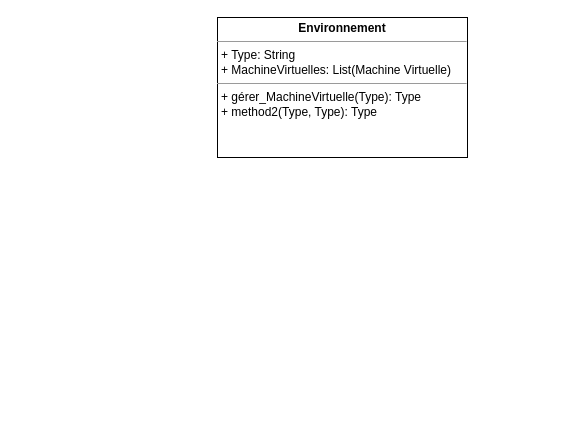
This is Diagramme sans nom.drawio from eya-harbaoui/Diagramms, a draw.io file, before an edit. Source tidied: cells renumbered, new cells numbered last; positions are measured from the earlier drawing's top-left corner, leaving out a move shared by most shapes. Both pictures are drawn from the tidied source at 100%, with x=0, y=0 at pixel (217, 17).
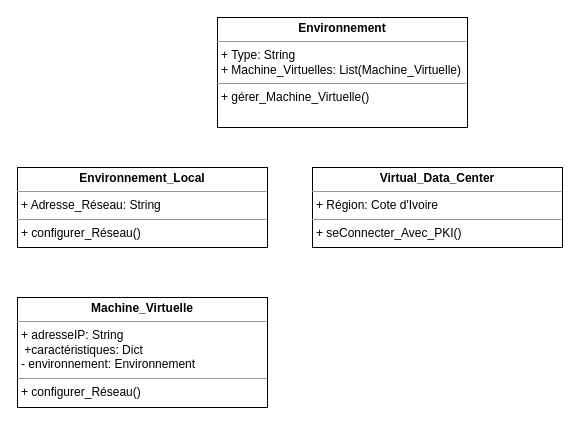
The same page after the edit.

Diff of the diagram source:
```diff
@@
 <mxGraphModel>
   <root>
     <mxCell id="0" />
     <mxCell id="1" parent="0" />
-    <mxCell id="2" value="&lt;p style=&quot;margin:0px;margin-top:4px;text-align:center;&quot;&gt;&lt;b&gt;Environnement&lt;/b&gt;&lt;/p&gt;&lt;hr size=&quot;1&quot;&gt;&lt;p style=&quot;margin:0px;margin-left:4px;&quot;&gt;+ Type: String&lt;br&gt;+ MachineVirtuelles: List(Machine Virtuelle)&lt;/p&gt;&lt;hr size=&quot;1&quot;&gt;&lt;p style=&quot;margin:0px;margin-left:4px;&quot;&gt;+ gérer_MachineVirtuelle(Type): Type&lt;br&gt;+ method2(Type, Type): Type&lt;/p&gt;" style="verticalAlign=top;align=left;overflow=fill;fontSize=12;fontFamily=Helvetica;html=1;rounded=0;shadow=0;comic=0;labelBackgroundColor=none;strokeWidth=1;" parent="1" vertex="1">
-      <mxGeometry width="250" height="140" as="geometry" />
+    <mxCell id="2" value="&lt;p style=&quot;margin:0px;margin-top:4px;text-align:center;&quot;&gt;&lt;b&gt;Environnement&lt;/b&gt;&lt;/p&gt;&lt;hr size=&quot;1&quot;&gt;&lt;p style=&quot;margin:0px;margin-left:4px;&quot;&gt;+ Type: String&lt;br&gt;+ Machine_Virtuelles: List(Machine_Virtuelle)&lt;/p&gt;&lt;hr size=&quot;1&quot;&gt;&lt;p style=&quot;margin:0px;margin-left:4px;&quot;&gt;+ gérer_Machine_Virtuelle()&lt;br&gt;&lt;/p&gt;" style="verticalAlign=top;align=left;overflow=fill;fontSize=12;fontFamily=Helvetica;html=1;rounded=0;shadow=0;comic=0;labelBackgroundColor=none;strokeWidth=1;" parent="1" vertex="1">
+      <mxGeometry width="250" height="110" as="geometry" />
     </mxCell>
+    <mxCell id="3" value="&lt;p style=&quot;margin:0px;margin-top:4px;text-align:center;&quot;&gt;&lt;b&gt;Environnement_Local&lt;/b&gt;&lt;/p&gt;&lt;hr size=&quot;1&quot;&gt;&lt;p style=&quot;margin:0px;margin-left:4px;&quot;&gt;+ Adresse_Réseau: String&lt;br&gt;&lt;/p&gt;&lt;hr size=&quot;1&quot;&gt;&lt;p style=&quot;margin:0px;margin-left:4px;&quot;&gt;+ configurer_Réseau()&lt;br&gt;&lt;br&gt;&lt;/p&gt;" style="verticalAlign=top;align=left;overflow=fill;fontSize=12;fontFamily=Helvetica;html=1;rounded=0;shadow=0;comic=0;labelBackgroundColor=none;strokeWidth=1;" parent="1" vertex="1">
+      <mxGeometry x="-200" y="150" width="250" height="80" as="geometry" />
+    </mxCell>
+    <mxCell id="4" value="&lt;p style=&quot;margin:0px;margin-top:4px;text-align:center;&quot;&gt;&lt;b&gt;Virtual_Data_Center&lt;/b&gt;&lt;/p&gt;&lt;hr size=&quot;1&quot;&gt;&lt;p style=&quot;margin:0px;margin-left:4px;&quot;&gt;+ Région: Cote d'Ivoire&lt;br&gt;&lt;/p&gt;&lt;hr size=&quot;1&quot;&gt;&lt;p style=&quot;margin:0px;margin-left:4px;&quot;&gt;+ seConnecter_Avec_PKI()&lt;br&gt;&lt;/p&gt;" style="verticalAlign=top;align=left;overflow=fill;fontSize=12;fontFamily=Helvetica;html=1;rounded=0;shadow=0;comic=0;labelBackgroundColor=none;strokeWidth=1;" parent="1" vertex="1">
+      <mxGeometry x="95" y="150" width="250" height="80" as="geometry" />
+    </mxCell>
+    <mxCell id="5" value="&lt;p style=&quot;margin:0px;margin-top:4px;text-align:center;&quot;&gt;&lt;b&gt;Machine_Virtuelle&lt;/b&gt;&lt;/p&gt;&lt;hr size=&quot;1&quot;&gt;&lt;p style=&quot;margin:0px;margin-left:4px;&quot;&gt;+ adresseIP: String&lt;br&gt;&lt;/p&gt;&lt;p style=&quot;margin:0px;margin-left:4px;&quot;&gt;&amp;nbsp;+caractéristiques: Dict&lt;/p&gt;&lt;p style=&quot;margin:0px;margin-left:4px;&quot;&gt;- environnement: Environnement&lt;br&gt;&lt;/p&gt;&lt;hr size=&quot;1&quot;&gt;&lt;p style=&quot;margin:0px;margin-left:4px;&quot;&gt;+ configurer_Réseau()&lt;br&gt;&lt;br&gt;&lt;/p&gt;" style="verticalAlign=top;align=left;overflow=fill;fontSize=12;fontFamily=Helvetica;html=1;rounded=0;shadow=0;comic=0;labelBackgroundColor=none;strokeWidth=1;" parent="1" vertex="1">
+      <mxGeometry x="-200" y="280" width="250" height="110" as="geometry" />
+    </mxCell>
   </root>
 </mxGraphModel>
```
